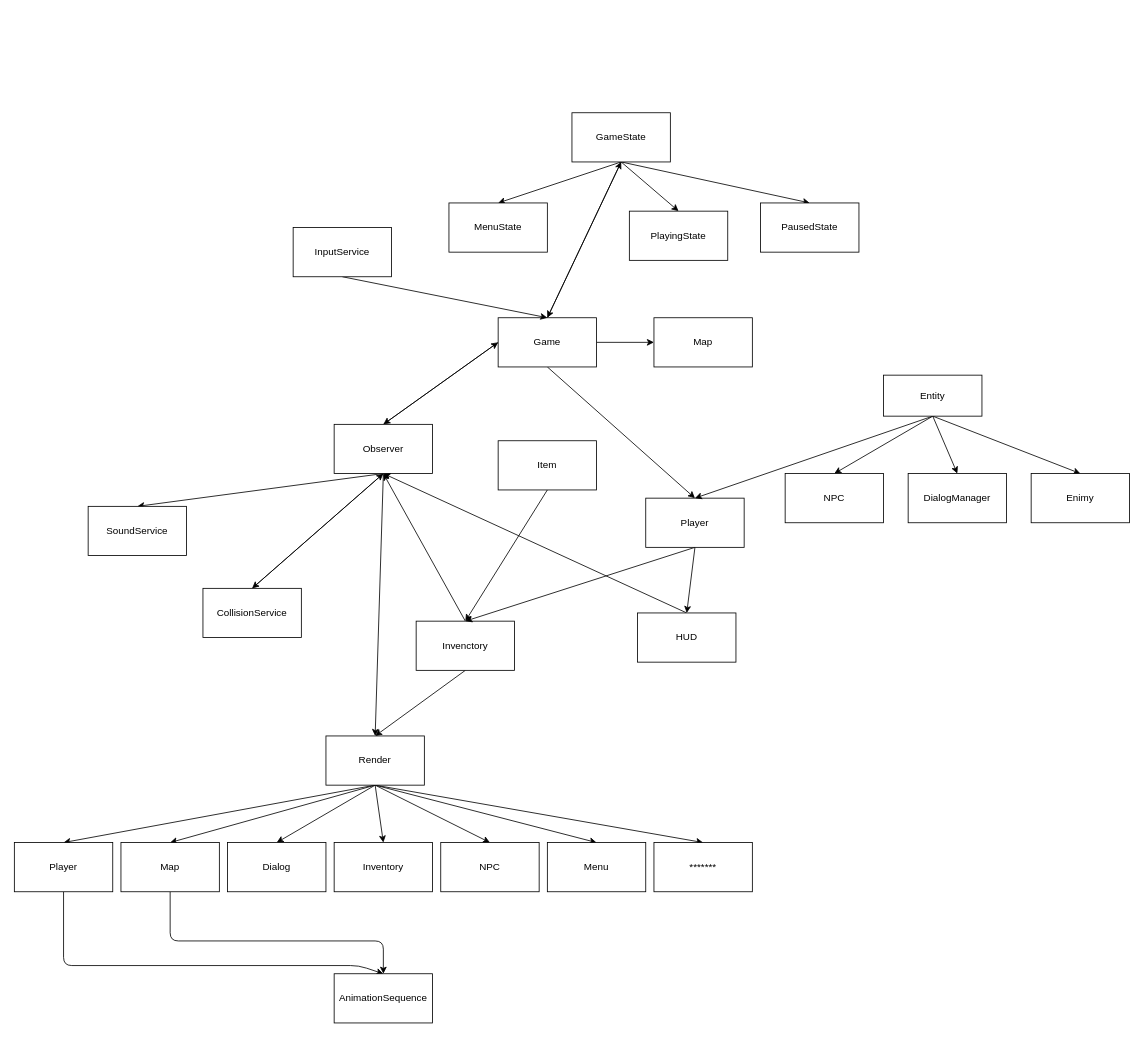
The draw.io diagram page "ultimate_version" (1 of 3) of structure_before.drawio in riqueu/newsun, before the edit. Source tidied: cells renumbered, new cells numbered last; positions are measured from the earlier drawing's top-left corner, leaving out a move shared by most shapes. Both pictures are drawn from the tidied source at 82%, with x=0, y=0 at pixel (14, 112).
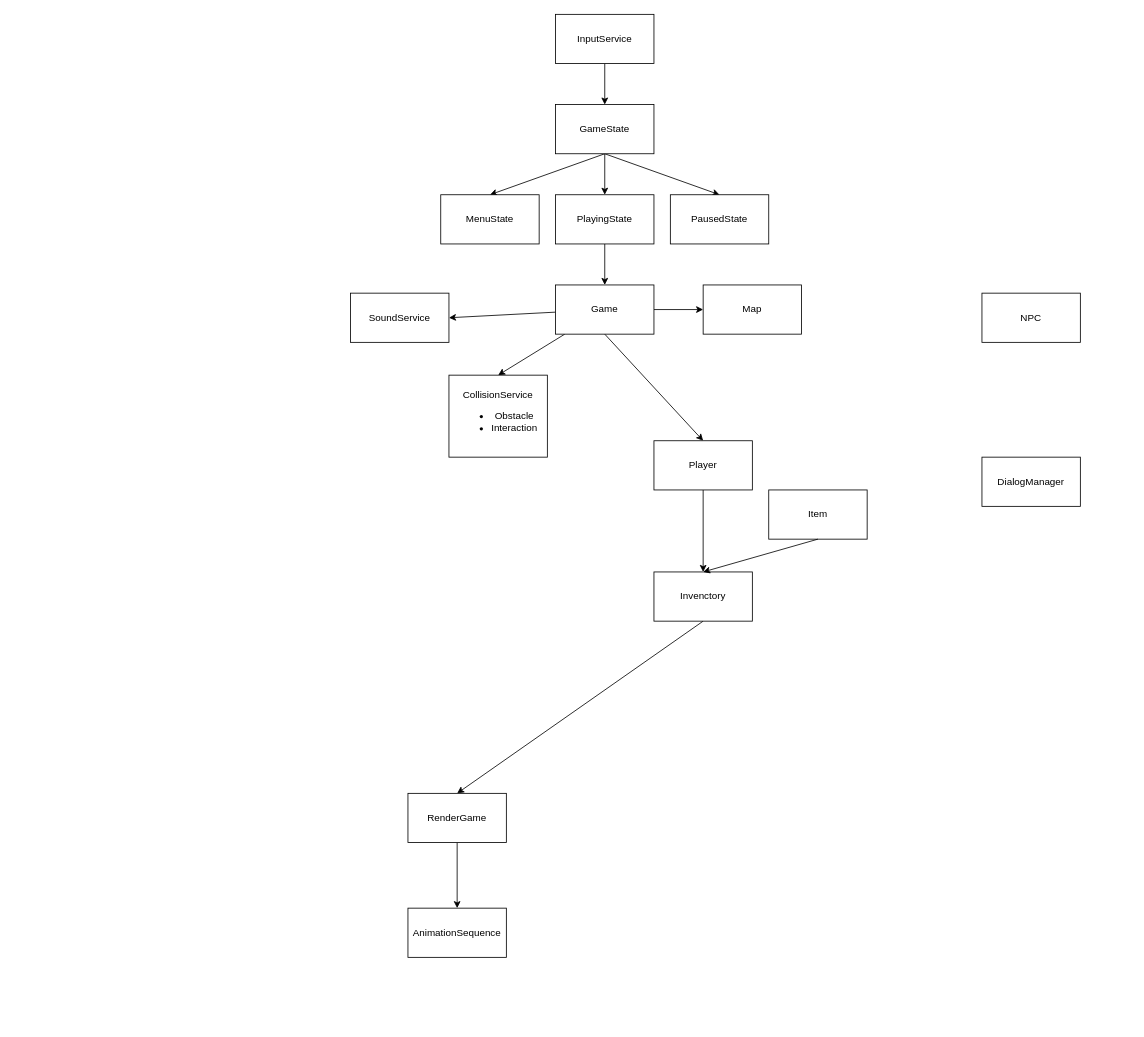
Above is the later version.

What changed in the source:
```diff
@@
-    <mxCell id="2" style="edgeStyle=none;html=1;entryX=0.5;entryY=0;entryDx=0;entryDy=0;exitX=0.5;exitY=1;exitDx=0;exitDy=0;" parent="1" edge="1" source="13" target="10">
-      <mxGeometry relative="1" as="geometry" />
-    </mxCell>
-    <mxCell id="3" style="edgeStyle=none;html=1;exitX=0.5;exitY=1;exitDx=0;exitDy=0;entryX=0.5;entryY=0;entryDx=0;entryDy=0;" parent="1" edge="1" source="13" target="48">
-      <mxGeometry relative="1" as="geometry" />
-    </mxCell>
-    <mxCell id="4" style="edgeStyle=none;html=1;entryX=0.5;entryY=0;entryDx=0;entryDy=0;exitX=0;exitY=0.5;exitDx=0;exitDy=0;" parent="1" edge="1" source="8" target="13">
-      <mxGeometry relative="1" as="geometry" />
-    </mxCell>
-    <mxCell id="5" style="edgeStyle=none;html=1;entryX=0.5;entryY=0;entryDx=0;entryDy=0;exitX=0.5;exitY=1;exitDx=0;exitDy=0;" parent="1" edge="1" source="8" target="31">
-      <mxGeometry relative="1" as="geometry" />
-    </mxCell>
-    <mxCell id="6" style="edgeStyle=none;html=1;entryX=0;entryY=0.5;entryDx=0;entryDy=0;exitX=1;exitY=0.5;exitDx=0;exitDy=0;" parent="1" edge="1" source="8" target="32">
-      <mxGeometry relative="1" as="geometry" />
-    </mxCell>
-    <mxCell id="7" style="edgeStyle=none;html=1;entryX=0.5;entryY=1;entryDx=0;entryDy=0;exitX=0.5;exitY=0;exitDx=0;exitDy=0;" parent="1" edge="1" source="8" target="26">
-      <mxGeometry relative="1" as="geometry" />
-    </mxCell>
+    <mxCell id="62" style="edgeStyle=none;html=1;entryX=0.5;entryY=0;entryDx=0;entryDy=0;exitX=0.5;exitY=1;exitDx=0;exitDy=0;" parent="1" edge="1" source="8" target="70">
+      <mxGeometry relative="1" as="geometry" />
+    </mxCell>
+    <mxCell id="63" style="edgeStyle=none;html=1;entryX=0;entryY=0.5;entryDx=0;entryDy=0;exitX=1;exitY=0.5;exitDx=0;exitDy=0;" parent="1" edge="1" source="8" target="71">
+      <mxGeometry relative="1" as="geometry" />
+    </mxCell>
+    <mxCell id="64" style="edgeStyle=none;html=1;entryX=1;entryY=0.5;entryDx=0;entryDy=0;" parent="1" edge="1" source="8" target="14">
+      <mxGeometry relative="1" as="geometry" />
+    </mxCell>
+    <mxCell id="65" style="edgeStyle=none;html=1;entryX=0.5;entryY=0;entryDx=0;entryDy=0;" parent="1" edge="1" source="8" target="66">
+      <mxGeometry relative="1" as="geometry" />
+    </mxCell>
     <mxCell id="8" value="Game" style="whiteSpace=wrap;html=1;" parent="1" vertex="1">
-      <mxGeometry x="590" y="250" width="120" height="60" as="geometry" />
+      <mxGeometry x="660" y="210" width="120" height="60" as="geometry" />
     </mxCell>
-    <mxCell id="9" style="edgeStyle=none;html=1;entryX=0.5;entryY=1;entryDx=0;entryDy=0;exitX=0.5;exitY=0;exitDx=0;exitDy=0;" parent="1" edge="1" source="10" target="13">
-      <mxGeometry relative="1" as="geometry" />
-    </mxCell>
-    <mxCell id="10" value="CollisionService" style="whiteSpace=wrap;html=1;" parent="1" vertex="1">
-      <mxGeometry x="230" y="580" width="120" height="60" as="geometry" />
-    </mxCell>
-    <mxCell id="11" style="edgeStyle=none;html=1;exitX=0.5;exitY=0;exitDx=0;exitDy=0;entryX=0;entryY=0.5;entryDx=0;entryDy=0;" parent="1" edge="1" source="13" target="8">
-      <mxGeometry relative="1" as="geometry" />
-    </mxCell>
-    <mxCell id="12" style="edgeStyle=none;html=1;entryX=0.5;entryY=0;entryDx=0;entryDy=0;exitX=0.5;exitY=1;exitDx=0;exitDy=0;" parent="1" edge="1" source="13" target="14">
-      <mxGeometry relative="1" as="geometry" />
-    </mxCell>
-    <mxCell id="13" value="Observer" style="whiteSpace=wrap;html=1;" parent="1" vertex="1">
-      <mxGeometry x="390" y="380" width="120" height="60" as="geometry" />
-    </mxCell>
+    <mxCell id="66" value="CollisionService&lt;br&gt;&lt;ul&gt;&lt;li&gt;Obstacle&lt;/li&gt;&lt;li&gt;Interaction&lt;/li&gt;&lt;/ul&gt;" style="whiteSpace=wrap;html=1;align=center;" parent="1" vertex="1">
+      <mxGeometry x="530" y="320" width="120" height="100" as="geometry" />
+    </mxCell>
     <mxCell id="14" value="SoundService" style="whiteSpace=wrap;html=1;" parent="1" vertex="1">
-      <mxGeometry x="90" y="480" width="120" height="60" as="geometry" />
+      <mxGeometry x="410" y="220" width="120" height="60" as="geometry" />
     </mxCell>
-    <mxCell id="15" style="edgeStyle=none;html=1;entryX=0.5;entryY=1;entryDx=0;entryDy=0;exitX=0.5;exitY=0;exitDx=0;exitDy=0;" parent="1" edge="1" source="16" target="13">
-      <mxGeometry relative="1" as="geometry" />
-    </mxCell>
-    <mxCell id="16" value="HUD" style="whiteSpace=wrap;html=1;" parent="1" vertex="1">
-      <mxGeometry x="760" y="610" width="120" height="60" as="geometry" />
-    </mxCell>
-    <mxCell id="17" style="edgeStyle=none;html=1;exitX=0.5;exitY=0;exitDx=0;exitDy=0;entryX=0.5;entryY=1;entryDx=0;entryDy=0;" parent="1" edge="1" source="19" target="13">
-      <mxGeometry relative="1" as="geometry" />
-    </mxCell>
-    <mxCell id="18" style="edgeStyle=none;html=1;entryX=0.5;entryY=0;entryDx=0;entryDy=0;exitX=0.5;exitY=1;exitDx=0;exitDy=0;" parent="1" edge="1" source="19" target="48">
-      <mxGeometry relative="1" as="geometry" />
-    </mxCell>
-    <mxCell id="19" value="Invenctory" style="whiteSpace=wrap;html=1;" parent="1" vertex="1">
-      <mxGeometry x="490" y="620" width="120" height="60" as="geometry" />
-    </mxCell>
-    <mxCell id="20" style="edgeStyle=none;html=1;entryX=0.5;entryY=0;entryDx=0;entryDy=0;exitX=0.5;exitY=1;exitDx=0;exitDy=0;" parent="1" edge="1" source="21" target="19">
-      <mxGeometry relative="1" as="geometry" />
-    </mxCell>
-    <mxCell id="21" value="Item" style="whiteSpace=wrap;html=1;" parent="1" vertex="1">
-      <mxGeometry x="590" y="400" width="120" height="60" as="geometry" />
-    </mxCell>
-    <mxCell id="22" style="edgeStyle=none;html=1;entryX=0.5;entryY=0;entryDx=0;entryDy=0;exitX=0.5;exitY=1;exitDx=0;exitDy=0;" parent="1" edge="1" source="26" target="8">
-      <mxGeometry relative="1" as="geometry" />
-    </mxCell>
+    <mxCell id="67" style="edgeStyle=none;html=1;entryX=0.5;entryY=0;entryDx=0;entryDy=0;exitX=0.5;exitY=1;exitDx=0;exitDy=0;" parent="1" edge="1" source="19" target="74">
+      <mxGeometry relative="1" as="geometry" />
+    </mxCell>
@@
     <mxCell id="26" value="GameState" style="whiteSpace=wrap;html=1;" parent="1" vertex="1">
-      <mxGeometry x="680" width="120" height="60" as="geometry" />
+      <mxGeometry x="660" y="-10" width="120" height="60" as="geometry" />
     </mxCell>
-    <mxCell id="27" style="edgeStyle=none;html=1;entryX=0.5;entryY=0;entryDx=0;entryDy=0;exitX=0.5;exitY=1;exitDx=0;exitDy=0;" parent="1" edge="1" source="28" target="8">
-      <mxGeometry relative="1" as="geometry" />
-    </mxCell>
+    <mxCell id="68" style="edgeStyle=none;html=1;entryX=0.5;entryY=0;entryDx=0;entryDy=0;exitX=0.5;exitY=1;exitDx=0;exitDy=0;" parent="1" edge="1" source="28" target="26">
+      <mxGeometry relative="1" as="geometry" />
+    </mxCell>
     <mxCell id="28" value="InputService" style="whiteSpace=wrap;html=1;" parent="1" vertex="1">
-      <mxGeometry x="340" y="140" width="120" height="60" as="geometry" />
+      <mxGeometry x="660" y="-120" width="120" height="60" as="geometry" />
     </mxCell>
-    <mxCell id="29" style="edgeStyle=none;html=1;entryX=0.5;entryY=0;entryDx=0;entryDy=0;exitX=0.5;exitY=1;exitDx=0;exitDy=0;" parent="1" edge="1" source="31" target="19">
-      <mxGeometry relative="1" as="geometry" />
-    </mxCell>
-    <mxCell id="30" style="edgeStyle=none;html=1;entryX=0.5;entryY=0;entryDx=0;entryDy=0;exitX=0.5;exitY=1;exitDx=0;exitDy=0;" parent="1" edge="1" source="31" target="16">
-      <mxGeometry relative="1" as="geometry" />
-    </mxCell>
-    <mxCell id="31" value="Player" style="whiteSpace=wrap;html=1;" parent="1" vertex="1">
-      <mxGeometry x="770" y="470" width="120" height="60" as="geometry" />
-    </mxCell>
-    <mxCell id="32" value="Map" style="whiteSpace=wrap;html=1;" parent="1" vertex="1">
-      <mxGeometry x="780" y="250" width="120" height="60" as="geometry" />
-    </mxCell>
-    <mxCell id="33" style="edgeStyle=none;html=1;entryX=0.5;entryY=0;entryDx=0;entryDy=0;exitX=0.5;exitY=1;exitDx=0;exitDy=0;" parent="1" edge="1" source="37" target="31">
-      <mxGeometry relative="1" as="geometry" />
-    </mxCell>
-    <mxCell id="34" style="edgeStyle=none;html=1;entryX=0.5;entryY=0;entryDx=0;entryDy=0;exitX=0.5;exitY=1;exitDx=0;exitDy=0;" parent="1" edge="1" source="37" target="38">
-      <mxGeometry relative="1" as="geometry" />
-    </mxCell>
-    <mxCell id="35" style="edgeStyle=none;html=1;entryX=0.5;entryY=0;entryDx=0;entryDy=0;exitX=0.5;exitY=1;exitDx=0;exitDy=0;" parent="1" edge="1" source="37" target="39">
-      <mxGeometry relative="1" as="geometry" />
-    </mxCell>
-    <mxCell id="36" style="edgeStyle=none;html=1;entryX=0.5;entryY=0;entryDx=0;entryDy=0;exitX=0.5;exitY=1;exitDx=0;exitDy=0;" parent="1" edge="1" source="37" target="40">
-      <mxGeometry relative="1" as="geometry" />
-    </mxCell>
-    <mxCell id="37" value="Entity" style="whiteSpace=wrap;html=1;" parent="1" vertex="1">
-      <mxGeometry x="1060" y="320" width="120" height="50" as="geometry" />
-    </mxCell>
-    <mxCell id="38" value="NPC" style="whiteSpace=wrap;html=1;" parent="1" vertex="1">
-      <mxGeometry x="940" y="440" width="120" height="60" as="geometry" />
-    </mxCell>
+    <mxCell id="69" style="edgeStyle=none;html=1;entryX=0.5;entryY=0;entryDx=0;entryDy=0;exitX=0.5;exitY=1;exitDx=0;exitDy=0;" parent="1" edge="1" source="70" target="19">
+      <mxGeometry relative="1" as="geometry" />
+    </mxCell>
+    <mxCell id="70" value="Player" style="whiteSpace=wrap;html=1;" parent="1" vertex="1">
+      <mxGeometry x="780" y="400" width="120" height="60" as="geometry" />
+    </mxCell>
+    <mxCell id="71" value="Map" style="whiteSpace=wrap;html=1;" parent="1" vertex="1">
+      <mxGeometry x="840" y="210" width="120" height="60" as="geometry" />
+    </mxCell>
+    <mxCell id="72" value="NPC" style="whiteSpace=wrap;html=1;" parent="1" vertex="1">
+      <mxGeometry x="1180" y="220" width="120" height="60" as="geometry" />
+    </mxCell>
     <mxCell id="39" value="DialogManager" style="whiteSpace=wrap;html=1;" parent="1" vertex="1">
-      <mxGeometry x="1090" y="440" width="120" height="60" as="geometry" />
+      <mxGeometry x="1180" y="420" width="120" height="60" as="geometry" />
     </mxCell>
-    <mxCell id="40" value="Enimy" style="whiteSpace=wrap;html=1;" parent="1" vertex="1">
-      <mxGeometry x="1240" y="440" width="120" height="60" as="geometry" />
-    </mxCell>
-    <mxCell id="41" style="edgeStyle=none;html=1;entryX=0.5;entryY=0;entryDx=0;entryDy=0;exitX=0.5;exitY=1;exitDx=0;exitDy=0;" parent="1" edge="1" source="48" target="50">
-      <mxGeometry relative="1" as="geometry" />
-    </mxCell>
-    <mxCell id="42" style="edgeStyle=none;html=1;entryX=0.5;entryY=0;entryDx=0;entryDy=0;exitX=0.5;exitY=1;exitDx=0;exitDy=0;" parent="1" edge="1" source="48" target="53">
-      <mxGeometry relative="1" as="geometry" />
-    </mxCell>
-    <mxCell id="43" style="edgeStyle=none;html=1;entryX=0.5;entryY=0;entryDx=0;entryDy=0;exitX=0.5;exitY=1;exitDx=0;exitDy=0;" parent="1" edge="1" source="48" target="51">
-      <mxGeometry relative="1" as="geometry" />
-    </mxCell>
-    <mxCell id="44" style="edgeStyle=none;html=1;entryX=0.5;entryY=0;entryDx=0;entryDy=0;exitX=0.5;exitY=1;exitDx=0;exitDy=0;" parent="1" edge="1" source="48" target="54">
-      <mxGeometry relative="1" as="geometry" />
-    </mxCell>
-    <mxCell id="45" style="edgeStyle=none;html=1;entryX=0.5;entryY=0;entryDx=0;entryDy=0;exitX=0.5;exitY=1;exitDx=0;exitDy=0;" parent="1" edge="1" source="48" target="56">
-      <mxGeometry relative="1" as="geometry" />
-    </mxCell>
-    <mxCell id="46" style="edgeStyle=none;html=1;entryX=0.5;entryY=0;entryDx=0;entryDy=0;exitX=0.5;exitY=1;exitDx=0;exitDy=0;" parent="1" edge="1" source="48" target="55">
-      <mxGeometry relative="1" as="geometry" />
-    </mxCell>
-    <mxCell id="47" style="edgeStyle=none;html=1;entryX=0.5;entryY=0;entryDx=0;entryDy=0;exitX=0.5;exitY=1;exitDx=0;exitDy=0;" parent="1" edge="1" source="48" target="57">
-      <mxGeometry relative="1" as="geometry" />
-    </mxCell>
-    <mxCell id="48" value="Render" style="whiteSpace=wrap;html=1;" parent="1" vertex="1">
-      <mxGeometry x="380" y="760" width="120" height="60" as="geometry" />
-    </mxCell>
-    <mxCell id="49" style="edgeStyle=none;html=1;entryX=0.5;entryY=0;entryDx=0;entryDy=0;" parent="1" edge="1" source="50" target="58">
-      <mxGeometry relative="1" as="geometry">
-        <Array as="points">
-          <mxPoint x="60" y="1040" />
-          <mxPoint x="420" y="1040" />
-        </Array>
-      </mxGeometry>
-    </mxCell>
-    <mxCell id="50" value="Player" style="whiteSpace=wrap;html=1;" parent="1" vertex="1">
-      <mxGeometry y="890" width="120" height="60" as="geometry" />
-    </mxCell>
-    <mxCell id="51" value="Dialog" style="whiteSpace=wrap;html=1;" parent="1" vertex="1">
-      <mxGeometry x="260" y="890" width="120" height="60" as="geometry" />
-    </mxCell>
-    <mxCell id="52" style="edgeStyle=none;html=1;entryX=0.5;entryY=0;entryDx=0;entryDy=0;exitX=0.5;exitY=1;exitDx=0;exitDy=0;" parent="1" edge="1" source="53" target="58">
-      <mxGeometry relative="1" as="geometry">
-        <Array as="points">
-          <mxPoint x="190" y="1010" />
-          <mxPoint x="450" y="1010" />
-        </Array>
-      </mxGeometry>
-    </mxCell>
-    <mxCell id="53" value="Map" style="whiteSpace=wrap;html=1;" parent="1" vertex="1">
-      <mxGeometry x="130" y="890" width="120" height="60" as="geometry" />
-    </mxCell>
-    <mxCell id="54" value="Inventory" style="whiteSpace=wrap;html=1;" parent="1" vertex="1">
-      <mxGeometry x="390" y="890" width="120" height="60" as="geometry" />
-    </mxCell>
-    <mxCell id="55" value="Menu" style="whiteSpace=wrap;html=1;" parent="1" vertex="1">
-      <mxGeometry x="650" y="890" width="120" height="60" as="geometry" />
-    </mxCell>
-    <mxCell id="56" value="NPC" style="whiteSpace=wrap;html=1;" parent="1" vertex="1">
-      <mxGeometry x="520" y="890" width="120" height="60" as="geometry" />
-    </mxCell>
-    <mxCell id="57" value="*******" style="whiteSpace=wrap;html=1;" parent="1" vertex="1">
-      <mxGeometry x="780" y="890" width="120" height="60" as="geometry" />
-    </mxCell>
+    <mxCell id="73" style="edgeStyle=none;html=1;entryX=0.5;entryY=0;entryDx=0;entryDy=0;" parent="1" edge="1" target="58">
+      <mxGeometry relative="1" as="geometry">
+        <mxPoint x="540" y="890" as="sourcePoint" />
+      </mxGeometry>
+    </mxCell>
+    <mxCell id="74" value="RenderGame" style="whiteSpace=wrap;html=1;" parent="1" vertex="1">
+      <mxGeometry x="480" y="830" width="120" height="60" as="geometry" />
+    </mxCell>
     <mxCell id="58" value="AnimationSequence" style="whiteSpace=wrap;html=1;" parent="1" vertex="1">
-      <mxGeometry x="390" y="1050" width="120" height="60" as="geometry" />
+      <mxGeometry x="480" y="970" width="120" height="60" as="geometry" />
     </mxCell>
+    <mxCell id="75" style="edgeStyle=none;html=1;entryX=0.5;entryY=0;entryDx=0;entryDy=0;exitX=0.5;exitY=1;exitDx=0;exitDy=0;" parent="1" edge="1" source="60" target="8">
+      <mxGeometry relative="1" as="geometry" />
+    </mxCell>
+    <mxCell id="76" style="group;" parent="1" vertex="1">
+      <mxGeometry x="520" y="100" width="400" height="60" as="geometry" />
+    </mxCell>
-    <mxCell id="59" value="MenuState" style="whiteSpace=wrap;html=1;" parent="1" vertex="1">
-      <mxGeometry x="530" y="110" width="120" height="60" as="geometry" />
+    <mxCell id="59" value="MenuState" style="whiteSpace=wrap;html=1;" parent="76" vertex="1">
+      <mxGeometry width="120" height="60" as="geometry" />
     </mxCell>
-    <mxCell id="60" value="PlayingState" style="whiteSpace=wrap;html=1;" parent="1" vertex="1">
-      <mxGeometry x="750" y="120" width="120" height="60" as="geometry" />
+    <mxCell id="60" value="PlayingState" style="whiteSpace=wrap;html=1;" parent="76" vertex="1">
+      <mxGeometry x="140" width="120" height="60" as="geometry" />
     </mxCell>
-    <mxCell id="61" value="PausedState" style="whiteSpace=wrap;html=1;" parent="1" vertex="1">
-      <mxGeometry x="910" y="110" width="120" height="60" as="geometry" />
+    <mxCell id="61" value="PausedState" style="whiteSpace=wrap;html=1;" parent="76" vertex="1">
+      <mxGeometry x="280" width="120" height="60" as="geometry" />
     </mxCell>
+    <mxCell id="19" value="Invenctory" style="whiteSpace=wrap;html=1;" parent="1" vertex="1">
+      <mxGeometry x="780" y="560" width="120" height="60" as="geometry" />
+    </mxCell>
+    <mxCell id="21" value="Item" style="whiteSpace=wrap;html=1;" parent="1" vertex="1">
+      <mxGeometry x="920" y="460" width="120" height="60" as="geometry" />
+    </mxCell>
+    <mxCell id="20" style="edgeStyle=none;html=1;entryX=0.5;entryY=0;entryDx=0;entryDy=0;exitX=0.5;exitY=1;exitDx=0;exitDy=0;" parent="1" edge="1" source="21" target="19">
+      <mxGeometry relative="1" as="geometry" />
+    </mxCell>
```
